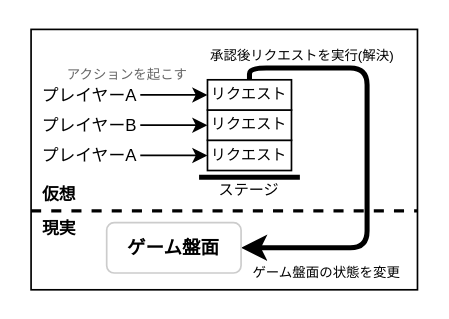
Earlier version of the draw.io diagram source/core/images/abstract.drawio (BlackPoker/BlackPoker). Source tidied: cells renumbered, new cells numbered last; positions are measured from the earlier drawing's top-left corner, leaving out a move shared by most shapes. Both pictures are drawn from the tidied source at 168%, with x=0, y=0 at pixel (30, 29).
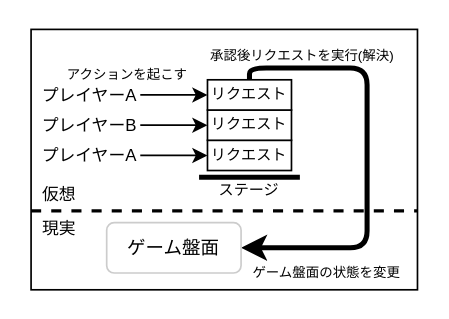
After the change.

Commit message (it also covers changes not shown here):
feat: add abstract architecture diagram in drawio, pdf, png, and svg formats

Change to the diagram source:
```diff
@@
-    <mxCell id="4" value="仮想" style="text;html=1;strokeColor=none;fillColor=none;align=left;verticalAlign=middle;whiteSpace=wrap;rounded=0;fontSize=10;fontColor=#000000;fontStyle=1;" parent="1" vertex="1">
+    <mxCell id="4" value="仮想" style="text;html=1;strokeColor=none;fillColor=none;align=left;verticalAlign=middle;whiteSpace=wrap;rounded=0;fontSize=10;fontColor=#000000;fontStyle=0;" parent="1" vertex="1">
       <mxGeometry x="5" y="88" width="40" height="20" as="geometry" />
     </mxCell>
-    <mxCell id="5" value="現実" style="text;html=1;strokeColor=none;fillColor=none;align=left;verticalAlign=middle;whiteSpace=wrap;rounded=0;fontSize=10;fontColor=#000000;fontStyle=1;" parent="1" vertex="1">
+    <mxCell id="5" value="現実" style="text;html=1;strokeColor=none;fillColor=none;align=left;verticalAlign=middle;whiteSpace=wrap;rounded=0;fontSize=10;fontColor=#000000;fontStyle=0;" parent="1" vertex="1">
       <mxGeometry x="5" y="108" width="40" height="20" as="geometry" />
     </mxCell>
@@
-    <mxCell id="7" value="アクションを起こす" style="text;html=1;strokeColor=none;fillColor=none;align=center;verticalAlign=middle;whiteSpace=wrap;rounded=0;fontSize=8;fontColor=#666666;" parent="1" vertex="1">
+    <mxCell id="7" value="アクションを起こす" style="text;html=1;strokeColor=none;fillColor=none;align=center;verticalAlign=middle;whiteSpace=wrap;rounded=0;fontSize=8;fontColor=#000000;" parent="1" vertex="1">
       <mxGeometry x="20" y="17" width="75" height="20" as="geometry" />
     </mxCell>
@@
-    <mxCell id="15" value="ゲーム盤面" style="rounded=1;whiteSpace=wrap;html=1;fillColor=#FFFFFF;strokeColor=#CCCCCC;fontSize=11;fontColor=#000000;fontStyle=1;" parent="1" vertex="1">
+    <mxCell id="15" value="ゲーム盤面" style="rounded=1;whiteSpace=wrap;html=1;fillColor=#FFFFFF;strokeColor=#CCCCCC;fontSize=11;fontColor=#000000;fontStyle=0;" parent="1" vertex="1">
       <mxGeometry x="45" y="115" width="80" height="30" as="geometry" />
     </mxCell>
```
